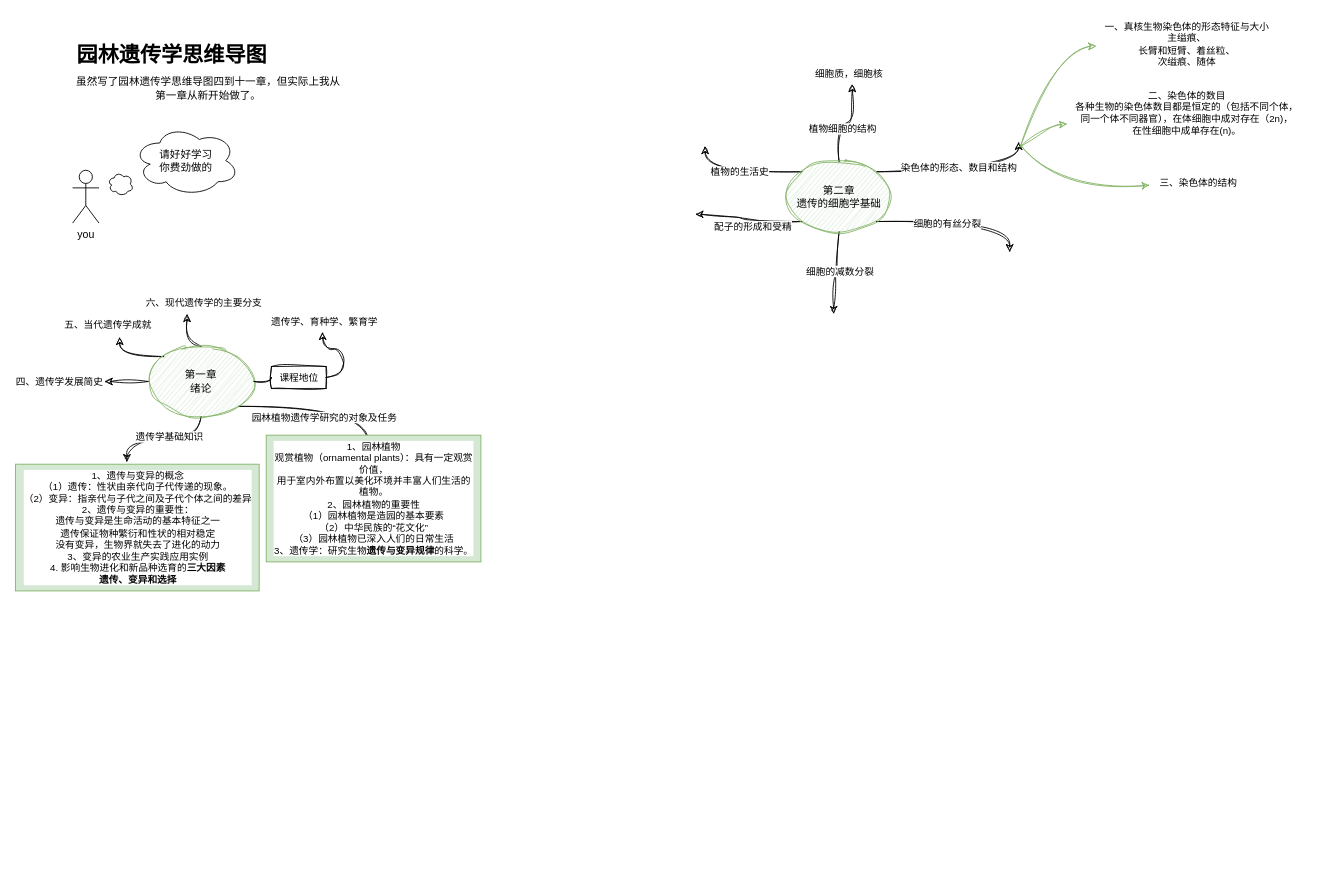
Above: 园林遗传学思维导图四至十一章.drawio in Silly449/MarkDowns (draw.io), before the change. Source tidied: cells renumbered, new cells numbered last; positions are measured from the earlier drawing's top-left corner, leaving out a move shared by most shapes. Both pictures are drawn from the tidied source at 88%, with x=0, y=0 at pixel (15, 15).
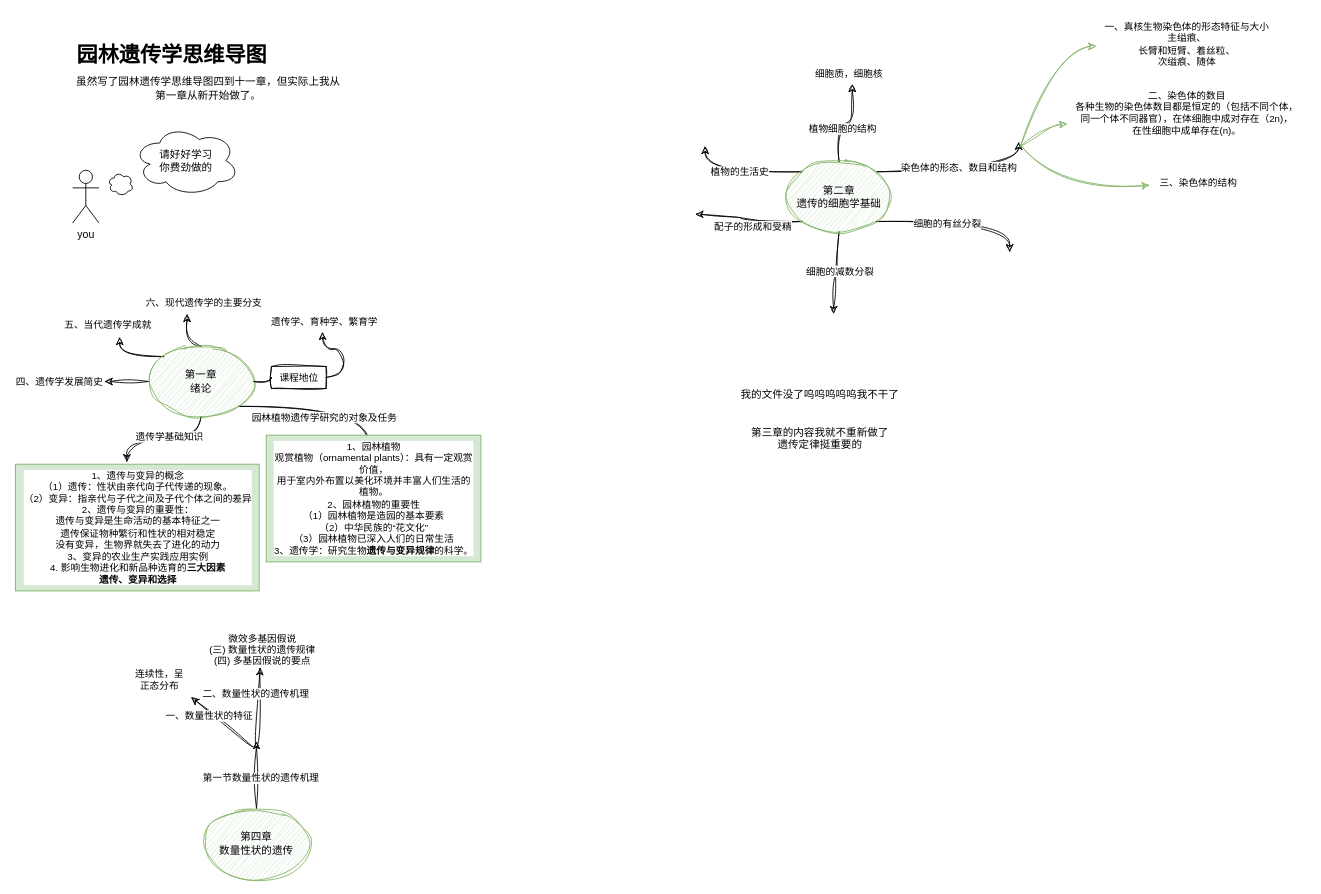
Above is the later version.

Commit message:
更新园林遗传学思维导图四至十一章.drawio

Diff of the diagram source:
```diff
@@
+    <mxCell id="44" value="我的文件没了呜呜呜呜呜我不干了&lt;div&gt;&lt;br&gt;&lt;/div&gt;&lt;div&gt;&lt;br&gt;&lt;/div&gt;&lt;div&gt;第三章的内容我就不重新做了&lt;/div&gt;&lt;div&gt;遗传定律挺重要的&lt;/div&gt;" style="text;html=1;whiteSpace=wrap;strokeColor=none;fillColor=none;align=center;verticalAlign=middle;rounded=0;" parent="1" vertex="1">
+      <mxGeometry x="794" y="440" width="241" height="37" as="geometry" />
+    </mxCell>
+    <mxCell id="45" style="edgeStyle=orthogonalEdgeStyle;shape=connector;curved=1;rounded=0;sketch=1;jiggle=2;curveFitting=1;jettySize=auto;html=1;exitX=0.5;exitY=0;exitDx=0;exitDy=0;strokeColor=default;strokeWidth=1;align=center;verticalAlign=middle;fontFamily=Helvetica;fontSize=11;fontColor=default;labelBackgroundColor=default;endArrow=classic;flowAnimation=0;" parent="1" edge="1" source="47">
+      <mxGeometry relative="1" as="geometry">
+        <mxPoint x="274" y="825" as="targetPoint" />
+      </mxGeometry>
+    </mxCell>
+    <mxCell id="46" value="第一节数量性状的遗传机理" style="edgeLabel;html=1;align=center;verticalAlign=middle;fontFamily=Helvetica;fontSize=11;fontColor=default;labelBackgroundColor=default;" parent="45" vertex="1">
+      <mxGeometry x="-0.08" y="-4" relative="1" as="geometry" />
+    </mxCell>
+    <mxCell id="47" value="第四章&lt;div&gt;数量性状的遗传&lt;/div&gt;" style="ellipse;whiteSpace=wrap;html=1;sketch=1;curveFitting=1;jiggle=2;fillColor=#d5e8d4;strokeColor=#82b366;" parent="1" vertex="1">
+      <mxGeometry x="214" y="901" width="120" height="80" as="geometry" />
+    </mxCell>
+    <mxCell id="48" style="edgeStyle=none;orthogonalLoop=1;jettySize=auto;html=1;rounded=0;sketch=1;jiggle=2;curveFitting=1;strokeColor=default;strokeWidth=1;align=center;verticalAlign=middle;fontFamily=Helvetica;fontSize=11;fontColor=default;labelBackgroundColor=default;endArrow=classic;flowAnimation=0;curved=1;" parent="1" edge="1">
+      <mxGeometry relative="1" as="geometry">
+        <mxPoint x="270" y="831" as="sourcePoint" />
+        <mxPoint x="200" y="775" as="targetPoint" />
+      </mxGeometry>
+    </mxCell>
+    <mxCell id="49" value="一、数量性状的特征" style="edgeLabel;html=1;align=center;verticalAlign=middle;fontFamily=Helvetica;fontSize=11;fontColor=default;labelBackgroundColor=default;" parent="48" vertex="1">
+      <mxGeometry x="0.35" y="3" relative="1" as="geometry">
+        <mxPoint x="-1" as="offset" />
+      </mxGeometry>
+    </mxCell>
+    <mxCell id="50" value="连续性，呈正态分布" style="text;html=1;whiteSpace=wrap;strokeColor=none;fillColor=none;align=center;verticalAlign=middle;rounded=0;fontFamily=Helvetica;fontSize=11;fontColor=default;labelBackgroundColor=default;" parent="1" vertex="1">
+      <mxGeometry x="134" y="740" width="60" height="30" as="geometry" />
+    </mxCell>
+    <mxCell id="51" style="edgeStyle=none;orthogonalLoop=1;jettySize=auto;html=1;rounded=0;sketch=1;jiggle=2;curveFitting=1;strokeColor=default;strokeWidth=1;align=center;verticalAlign=middle;fontFamily=Helvetica;fontSize=11;fontColor=default;labelBackgroundColor=default;endArrow=classic;flowAnimation=0;curved=1;" parent="1" edge="1">
+      <mxGeometry relative="1" as="geometry">
+        <mxPoint x="274" y="832" as="sourcePoint" />
+        <mxPoint x="278" y="741" as="targetPoint" />
+      </mxGeometry>
+    </mxCell>
+    <mxCell id="52" value="二、数量性状的遗传机理" style="edgeLabel;html=1;align=center;verticalAlign=middle;fontFamily=Helvetica;fontSize=11;fontColor=default;labelBackgroundColor=default;" parent="51" vertex="1">
+      <mxGeometry x="0.35" y="3" relative="1" as="geometry">
+        <mxPoint x="-1" as="offset" />
+      </mxGeometry>
+    </mxCell>
+    <mxCell id="53" value="微效多基因假说&lt;div&gt;(三) 数量性状的遗传规律&lt;/div&gt;&lt;div&gt;&amp;nbsp;(四) 多基因假说的要点&amp;nbsp;&lt;/div&gt;" style="text;html=1;whiteSpace=wrap;strokeColor=none;fillColor=none;align=center;verticalAlign=middle;rounded=0;fontFamily=Helvetica;fontSize=11;fontColor=default;labelBackgroundColor=default;" parent="1" vertex="1">
+      <mxGeometry x="214" y="706" width="134" height="30" as="geometry" />
+    </mxCell>
```
